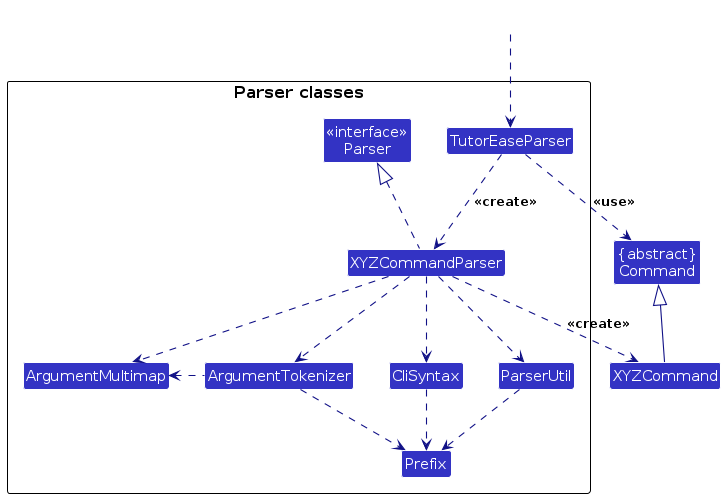
The PlantUML diagram diagrams/ParserClasses.png in AY2425S1-CS2103-F11-2/tp, before a commit. Its source is kept beside it as diagrams/ParserClasses.puml.
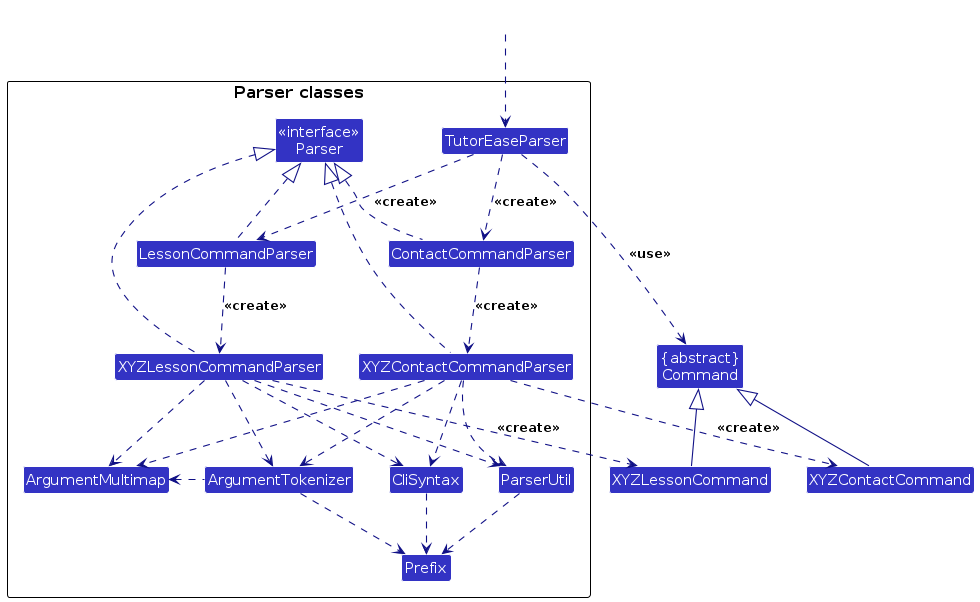
After the change.

Change to the diagram source:
```diff
@@ -5,12 +5,16 @@
 skinparam classBackgroundColor LOGIC_COLOR
 
 Class "{abstract}\nCommand" as Command
-Class XYZCommand
+Class XYZContactCommand
+Class XYZLessonCommand
 
 package "Parser classes"{
 Class "<<interface>>\nParser" as Parser
 Class TutorEaseParser
-Class XYZCommandParser
+Class ContactCommandParser
+Class LessonCommandParser
+Class XYZContactCommandParser
+Class XYZLessonCommandParser
 Class CliSyntax
 Class ParserUtil
 Class ArgumentMultimap
@@ -21,18 +25,36 @@
 Class HiddenOutside #FFFFFF
 HiddenOutside ..> TutorEaseParser
 
-TutorEaseParser .down.> XYZCommandParser: <<create>>
+XYZContactCommand -up-|> Command
+XYZLessonCommand -up-|> Command
 
-XYZCommandParser ..> XYZCommand : <<create>>
+TutorEaseParser .down.> ContactCommandParser: <<create>>
+TutorEaseParser .down.> LessonCommandParser: <<create>>
+ContactCommandParser .down.> XYZContactCommandParser: <<create>>
+LessonCommandParser .down.> XYZLessonCommandParser: <<create>>
+
+
+XYZContactCommandParser ..> XYZContactCommand : <<create>>
+XYZLessonCommandParser ..> XYZLessonCommand : <<create>>
 TutorEaseParser ..> Command : <<use>>
-XYZCommandParser .up.|> Parser
-XYZCommandParser ..> ArgumentMultimap
-XYZCommandParser ..> ArgumentTokenizer
+
+ContactCommandParser .up.|> Parser
+LessonCommandParser .up.|> Parser
+XYZContactCommandParser .up.|> Parser
+XYZContactCommandParser ..> ArgumentMultimap
+XYZContactCommandParser ..> ArgumentTokenizer
+XYZLessonCommandParser .up.|> Parser
+XYZLessonCommandParser ..> ArgumentMultimap
+XYZLessonCommandParser ..> ArgumentTokenizer
+
 ArgumentTokenizer .left.> ArgumentMultimap
-XYZCommandParser ..> CliSyntax
+XYZContactCommandParser ..> CliSyntax
+XYZLessonCommandParser ..> CliSyntax
+
 CliSyntax ..> Prefix
-XYZCommandParser ..> ParserUtil
+XYZContactCommandParser ..> ParserUtil
+XYZLessonCommandParser ..> ParserUtil
+
 ParserUtil .down.> Prefix
 ArgumentTokenizer .down.> Prefix
-XYZCommand -up-|> Command
 @enduml
```
